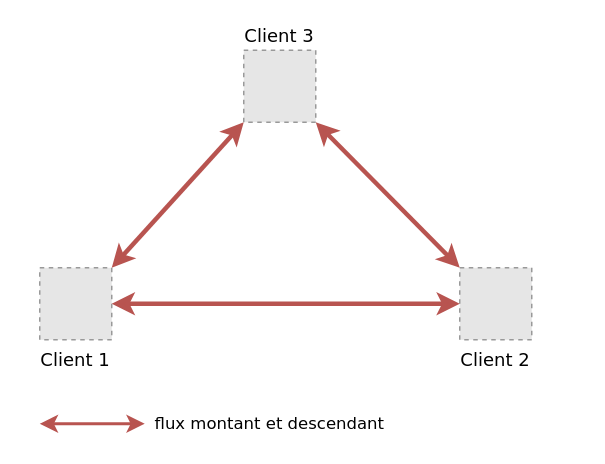
Above: page "Mesh" (3 of 8) of schéma/ArchiReseau.drawio in stephannicolas96/dossierPro (draw.io), before the change. Source tidied: cells renumbered, new cells numbered last; positions are measured from the earlier drawing's top-left corner, leaving out a move shared by most shapes. Both pictures are drawn from the tidied source at 150%, with x=0, y=0 at pixel (39, 50). Pictures stored in the file or linked from it are replaced by grey dashed boxes.
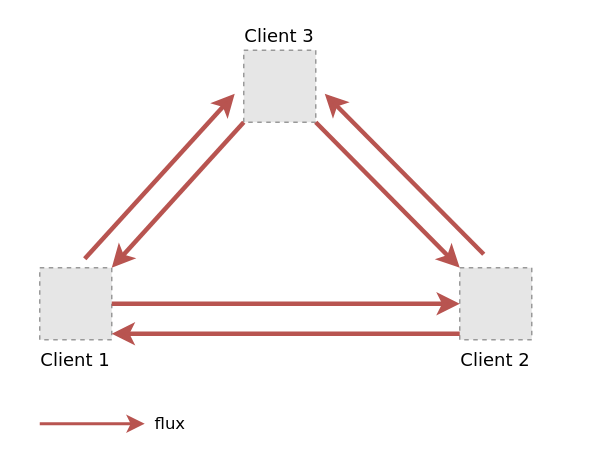
Above is the later version.

What changed in the source:
```diff
@@
 <mxGraphModel>
   <root>
     <mxCell id="0" />
     <mxCell id="1" parent="0" />
     <mxCell id="2" value="Client 1" style="fillColor=#E6E6E6;strokeColor=#999999;dashed=1;verticalLabelPosition=bottom;verticalAlign=top;labelBackgroundColor=#ffffff;labelPosition=center;align=center;fontFamily=Verdana;" parent="1" vertex="1">
       <mxGeometry y="145" width="48" height="48" as="geometry" />
     </mxCell>
     <mxCell id="3" value="Client 3" style="fillColor=#E6E6E6;strokeColor=#999999;dashed=1;verticalLabelPosition=top;verticalAlign=bottom;labelBackgroundColor=#ffffff;labelPosition=center;align=center;fontFamily=Verdana;" parent="1" vertex="1">
       <mxGeometry x="136" width="48" height="48" as="geometry" />
     </mxCell>
     <mxCell id="4" value="Client 2" style="fillColor=#E6E6E6;strokeColor=#999999;dashed=1;verticalLabelPosition=bottom;verticalAlign=top;labelBackgroundColor=#ffffff;align=center;labelPosition=center;fontFamily=Verdana;" parent="1" vertex="1">
       <mxGeometry x="280" y="145" width="48" height="48" as="geometry" />
     </mxCell>
-    <mxCell id="5" style="rounded=0;jettySize=auto;html=1;sourcePerimeterSpacing=5;endArrow=classic;endFill=1;targetPerimeterSpacing=5;fillColor=#f8cecc;strokeColor=#B85450;strokeWidth=3;sketch=0;startArrow=classic;startFill=1;entryX=1;entryY=1;entryDx=0;entryDy=0;exitX=0;exitY=0;exitDx=0;exitDy=0;" parent="1" edge="1" source="4" target="3">
+    <mxCell id="5" style="rounded=0;jettySize=auto;html=1;sourcePerimeterSpacing=5;endArrow=none;endFill=0;targetPerimeterSpacing=5;fillColor=#f8cecc;strokeColor=#B85450;strokeWidth=3;sketch=0;startArrow=classic;startFill=1;entryX=1;entryY=1;entryDx=0;entryDy=0;exitX=0;exitY=0;exitDx=0;exitDy=0;" parent="1" edge="1" source="4" target="3">
       <mxGeometry relative="1" as="geometry" />
     </mxCell>
-    <mxCell id="6" style="rounded=0;jettySize=auto;html=1;sourcePerimeterSpacing=5;endArrow=classic;endFill=1;targetPerimeterSpacing=5;fillColor=#f8cecc;strokeColor=#B85450;strokeWidth=3;sketch=0;startArrow=classic;startFill=1;exitX=1;exitY=0;exitDx=0;exitDy=0;entryX=0;entryY=1;entryDx=0;entryDy=0;" parent="1" edge="1" source="2" target="3">
+    <mxCell id="6" style="rounded=0;jettySize=auto;html=1;sourcePerimeterSpacing=5;endArrow=none;endFill=0;targetPerimeterSpacing=5;fillColor=#f8cecc;strokeColor=#B85450;strokeWidth=3;sketch=0;startArrow=classic;startFill=1;exitX=1;exitY=0;exitDx=0;exitDy=0;entryX=0;entryY=1;entryDx=0;entryDy=0;" parent="1" edge="1" source="2" target="3">
       <mxGeometry relative="1" as="geometry" />
     </mxCell>
-    <mxCell id="7" style="rounded=0;jettySize=auto;html=1;sourcePerimeterSpacing=5;endArrow=classic;endFill=1;targetPerimeterSpacing=5;fillColor=#f8cecc;strokeColor=#B85450;strokeWidth=3;sketch=0;startArrow=classic;startFill=1;entryX=0;entryY=0.5;entryDx=0;entryDy=0;exitX=1;exitY=0.5;exitDx=0;exitDy=0;" parent="1" edge="1" source="2" target="4">
+    <mxCell id="7" style="rounded=0;jettySize=auto;html=1;sourcePerimeterSpacing=5;endArrow=classic;endFill=1;targetPerimeterSpacing=5;fillColor=#f8cecc;strokeColor=#B85450;strokeWidth=3;sketch=0;startArrow=none;startFill=0;entryX=0;entryY=0.5;entryDx=0;entryDy=0;exitX=1;exitY=0.5;exitDx=0;exitDy=0;" parent="1" edge="1" source="2" target="4">
       <mxGeometry relative="1" as="geometry" />
     </mxCell>
     <mxCell id="8" style="edgeStyle=none;rounded=0;sketch=0;orthogonalLoop=1;jettySize=auto;html=1;entryX=0;entryY=0.5;entryDx=0;entryDy=0;startArrow=classic;startFill=0;endArrow=classic;endFill=0;targetPerimeterSpacing=5;strokeColor=#B85450;strokeWidth=2;" parent="1" edge="1">
       <mxGeometry relative="1" as="geometry">
         <mxPoint x="350" y="169" as="sourcePoint" />
         <mxPoint x="350" y="169" as="targetPoint" />
       </mxGeometry>
     </mxCell>
-    <mxCell id="9" value="flux montant et descendant" style="edgeStyle=none;rounded=0;orthogonalLoop=1;jettySize=auto;html=1;sourcePerimeterSpacing=5;endArrow=classic;endFill=1;targetPerimeterSpacing=5;fillColor=#f8cecc;strokeColor=#b85450;startArrow=classic;startFill=1;strokeWidth=2;fontFamily=Verdana;labelPosition=right;verticalLabelPosition=middle;align=left;verticalAlign=middle;spacingRight=0;spacingLeft=40;" parent="1" edge="1">
+    <mxCell id="9" value="flux" style="edgeStyle=none;rounded=0;orthogonalLoop=1;jettySize=auto;html=1;sourcePerimeterSpacing=5;endArrow=classic;endFill=1;targetPerimeterSpacing=5;fillColor=#f8cecc;strokeColor=#b85450;startArrow=none;startFill=0;strokeWidth=2;fontFamily=Verdana;labelPosition=right;verticalLabelPosition=middle;align=left;verticalAlign=middle;spacingRight=0;spacingLeft=40;" parent="1" edge="1">
       <mxGeometry relative="1" as="geometry">
         <mxPoint y="249" as="sourcePoint" />
         <mxPoint x="70" y="249" as="targetPoint" />
       </mxGeometry>
     </mxCell>
+    <mxCell id="10" style="rounded=0;orthogonalLoop=1;jettySize=auto;html=1;sourcePerimeterSpacing=5;endArrow=none;endFill=0;targetPerimeterSpacing=5;fillColor=#f8cecc;strokeColor=#B85450;strokeWidth=3;sketch=0;startArrow=classic;startFill=1;entryX=0;entryY=0.5;entryDx=0;entryDy=0;exitX=1;exitY=0.5;exitDx=0;exitDy=0;" parent="1" edge="1">
+      <mxGeometry relative="1" as="geometry">
+        <mxPoint x="48" y="189" as="sourcePoint" />
+        <mxPoint x="280" y="189" as="targetPoint" />
+      </mxGeometry>
+    </mxCell>
+    <mxCell id="11" style="rounded=0;orthogonalLoop=1;jettySize=auto;html=1;sourcePerimeterSpacing=5;endArrow=classic;endFill=1;targetPerimeterSpacing=5;fillColor=#f8cecc;strokeColor=#B85450;strokeWidth=3;sketch=0;startArrow=none;startFill=0;exitX=0;exitY=0;exitDx=0;exitDy=0;" parent="1" edge="1">
+      <mxGeometry relative="1" as="geometry">
+        <mxPoint x="296" y="136" as="sourcePoint" />
+        <mxPoint x="190" y="29" as="targetPoint" />
+      </mxGeometry>
+    </mxCell>
+    <mxCell id="12" style="rounded=0;orthogonalLoop=1;jettySize=auto;html=1;sourcePerimeterSpacing=5;endArrow=classic;endFill=1;targetPerimeterSpacing=5;fillColor=#f8cecc;strokeColor=#B85450;strokeWidth=3;sketch=0;startArrow=none;startFill=0;" parent="1" edge="1">
+      <mxGeometry relative="1" as="geometry">
+        <mxPoint x="30" y="139" as="sourcePoint" />
+        <mxPoint x="130" y="29" as="targetPoint" />
+      </mxGeometry>
+    </mxCell>
   </root>
 </mxGraphModel>
```
